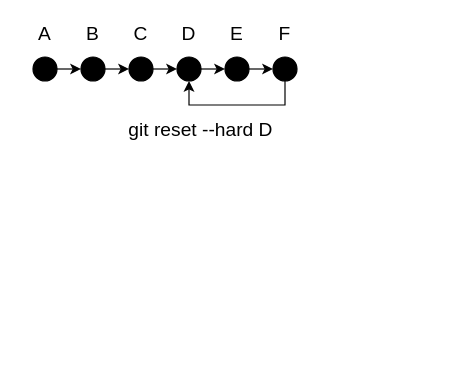
nelsonchung/drawio keeps this draw.io diagram as page "git control" (11 of 15) of GW7557.drawio. Above is the earlier version. Source tidied: cells renumbered, new cells numbered last; positions are measured from the earlier drawing's top-left corner, leaving out a move shared by most shapes. Both pictures are drawn from the tidied source at 120%, with x=0, y=0 at pixel (20, 20).
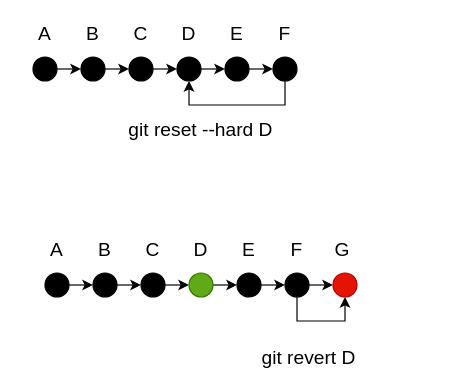
The same page after the edit.

The edit, as a diff of the source:
```diff
@@
+    <mxCell id="21" style="edgeStyle=orthogonalEdgeStyle;rounded=0;jettySize=auto;html=1;exitX=1;exitY=0.5;exitDx=0;exitDy=0;entryX=0;entryY=0.5;entryDx=0;entryDy=0;fontSize=16;" parent="1" edge="1" source="22" target="24">
+      <mxGeometry relative="1" as="geometry" />
+    </mxCell>
+    <mxCell id="22" style="ellipse;whiteSpace=wrap;html=1;fontSize=16;align=left;fillColor=#000000;strokeColor=#000000;fontColor=#ffffff;" parent="1" vertex="1">
+      <mxGeometry x="20" y="210" width="20" height="20" as="geometry" />
+    </mxCell>
+    <mxCell id="23" style="edgeStyle=orthogonalEdgeStyle;rounded=0;jettySize=auto;html=1;exitX=1;exitY=0.5;exitDx=0;exitDy=0;entryX=0;entryY=0.5;entryDx=0;entryDy=0;fontSize=16;" parent="1" edge="1" source="24" target="26">
+      <mxGeometry relative="1" as="geometry" />
+    </mxCell>
+    <mxCell id="24" style="ellipse;whiteSpace=wrap;html=1;fontSize=16;align=left;fillColor=#000000;" parent="1" vertex="1">
+      <mxGeometry x="60" y="210" width="20" height="20" as="geometry" />
+    </mxCell>
+    <mxCell id="25" style="edgeStyle=orthogonalEdgeStyle;rounded=0;jettySize=auto;html=1;exitX=1;exitY=0.5;exitDx=0;exitDy=0;entryX=0;entryY=0.5;entryDx=0;entryDy=0;fontSize=16;" parent="1" edge="1" source="26" target="28">
+      <mxGeometry relative="1" as="geometry" />
+    </mxCell>
+    <mxCell id="26" style="ellipse;whiteSpace=wrap;html=1;fontSize=16;align=left;fillColor=#000000;" parent="1" vertex="1">
+      <mxGeometry x="100" y="210" width="20" height="20" as="geometry" />
+    </mxCell>
+    <mxCell id="27" style="edgeStyle=orthogonalEdgeStyle;rounded=0;jettySize=auto;html=1;exitX=1;exitY=0.5;exitDx=0;exitDy=0;entryX=0;entryY=0.5;entryDx=0;entryDy=0;fontSize=16;" parent="1" edge="1" source="28" target="30">
+      <mxGeometry relative="1" as="geometry" />
+    </mxCell>
+    <mxCell id="28" style="ellipse;whiteSpace=wrap;html=1;fontSize=16;align=left;fillColor=#60a917;strokeColor=#2D7600;fontColor=#ffffff;" parent="1" vertex="1">
+      <mxGeometry x="140" y="210" width="20" height="20" as="geometry" />
+    </mxCell>
+    <mxCell id="29" style="edgeStyle=orthogonalEdgeStyle;rounded=0;jettySize=auto;html=1;exitX=1;exitY=0.5;exitDx=0;exitDy=0;entryX=0;entryY=0.5;entryDx=0;entryDy=0;fontSize=16;" parent="1" edge="1" source="30" target="33">
+      <mxGeometry relative="1" as="geometry" />
+    </mxCell>
+    <mxCell id="30" style="ellipse;whiteSpace=wrap;html=1;fontSize=16;align=left;fillColor=#000000;" parent="1" vertex="1">
+      <mxGeometry x="180" y="210" width="20" height="20" as="geometry" />
+    </mxCell>
+    <mxCell id="31" style="edgeStyle=orthogonalEdgeStyle;rounded=0;jettySize=auto;html=1;exitX=1;exitY=0.5;exitDx=0;exitDy=0;entryX=0;entryY=0.5;entryDx=0;entryDy=0;" parent="1" edge="1" source="33" target="41">
+      <mxGeometry relative="1" as="geometry" />
+    </mxCell>
+    <mxCell id="32" style="edgeStyle=orthogonalEdgeStyle;rounded=0;jettySize=auto;html=1;exitX=0.5;exitY=1;exitDx=0;exitDy=0;entryX=0.5;entryY=1;entryDx=0;entryDy=0;" parent="1" edge="1" source="33" target="41">
+      <mxGeometry relative="1" as="geometry" />
+    </mxCell>
+    <mxCell id="33" style="ellipse;whiteSpace=wrap;html=1;fontSize=16;align=left;fillColor=#000000;" parent="1" vertex="1">
+      <mxGeometry x="220" y="210" width="20" height="20" as="geometry" />
+    </mxCell>
+    <mxCell id="34" value="A" style="text;html=1;strokeColor=none;fillColor=none;align=center;verticalAlign=middle;whiteSpace=wrap;rounded=0;fontSize=16;" parent="1" vertex="1">
+      <mxGeometry x="10" y="180" width="40" height="20" as="geometry" />
+    </mxCell>
+    <mxCell id="35" value="B" style="text;html=1;strokeColor=none;fillColor=none;align=center;verticalAlign=middle;whiteSpace=wrap;rounded=0;fontSize=16;" parent="1" vertex="1">
+      <mxGeometry x="50" y="180" width="40" height="20" as="geometry" />
+    </mxCell>
+    <mxCell id="36" value="C" style="text;html=1;strokeColor=none;fillColor=none;align=center;verticalAlign=middle;whiteSpace=wrap;rounded=0;fontSize=16;" parent="1" vertex="1">
+      <mxGeometry x="90" y="180" width="40" height="20" as="geometry" />
+    </mxCell>
+    <mxCell id="37" value="D" style="text;html=1;strokeColor=none;fillColor=none;align=center;verticalAlign=middle;whiteSpace=wrap;rounded=0;fontSize=16;" parent="1" vertex="1">
+      <mxGeometry x="130" y="180" width="40" height="20" as="geometry" />
+    </mxCell>
+    <mxCell id="38" value="E" style="text;html=1;strokeColor=none;fillColor=none;align=center;verticalAlign=middle;whiteSpace=wrap;rounded=0;fontSize=16;" parent="1" vertex="1">
+      <mxGeometry x="170" y="180" width="40" height="20" as="geometry" />
+    </mxCell>
+    <mxCell id="39" value="F" style="text;html=1;strokeColor=none;fillColor=none;align=center;verticalAlign=middle;whiteSpace=wrap;rounded=0;fontSize=16;" parent="1" vertex="1">
+      <mxGeometry x="210" y="180" width="40" height="20" as="geometry" />
+    </mxCell>
+    <mxCell id="40" value="git revert D" style="text;html=1;strokeColor=none;fillColor=none;align=center;verticalAlign=middle;whiteSpace=wrap;rounded=0;fontSize=16;" parent="1" vertex="1">
+      <mxGeometry x="140" y="270" width="200" height="20" as="geometry" />
+    </mxCell>
+    <mxCell id="41" style="ellipse;whiteSpace=wrap;html=1;fontSize=16;align=left;fillColor=#e51400;strokeColor=#B20000;fontColor=#ffffff;" parent="1" vertex="1">
+      <mxGeometry x="260" y="210" width="20" height="20" as="geometry" />
+    </mxCell>
+    <mxCell id="42" value="G" style="text;html=1;strokeColor=none;fillColor=none;align=center;verticalAlign=middle;whiteSpace=wrap;rounded=0;fontSize=16;" parent="1" vertex="1">
+      <mxGeometry x="248" y="180" width="40" height="20" as="geometry" />
+    </mxCell>
```
